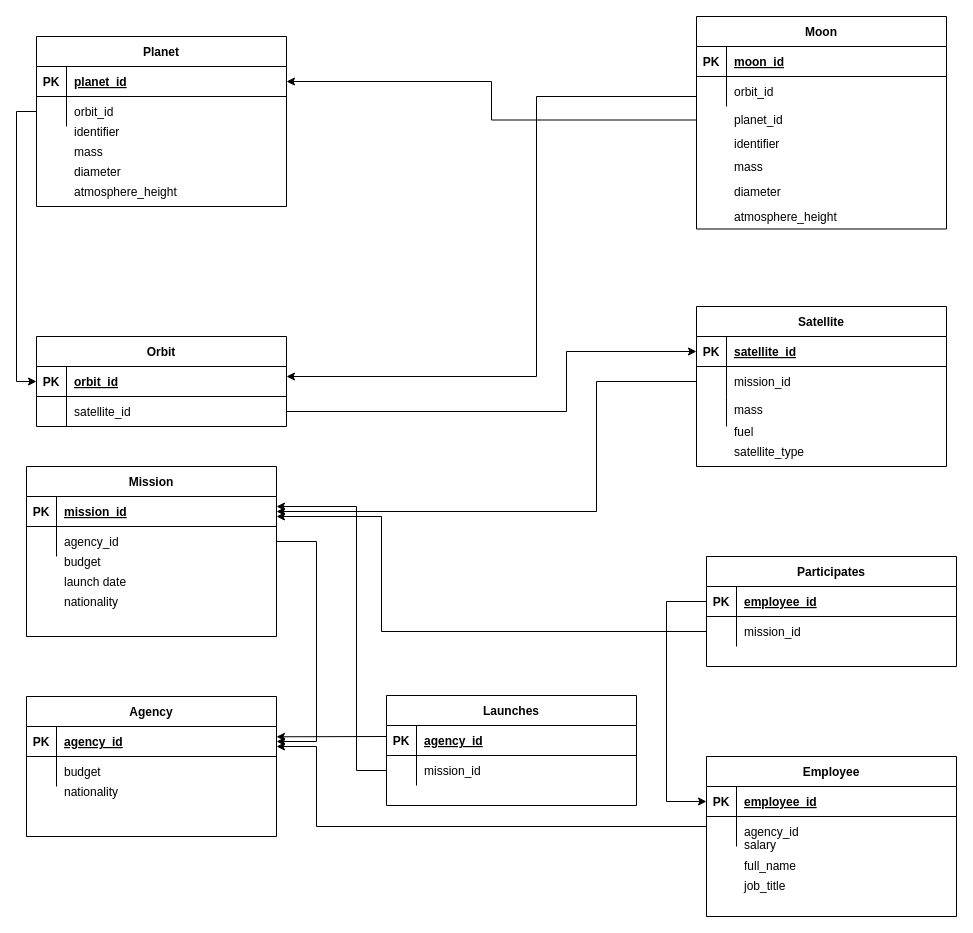
Before: logical_design.drawio in tacecapSx/satellite-database, a draw.io diagram. Source tidied: cells renumbered, new cells numbered last; positions are measured from the earlier drawing's top-left corner, leaving out a move shared by most shapes. Both pictures are drawn from the tidied source at 100%, with x=0, y=0 at pixel (16, 16).
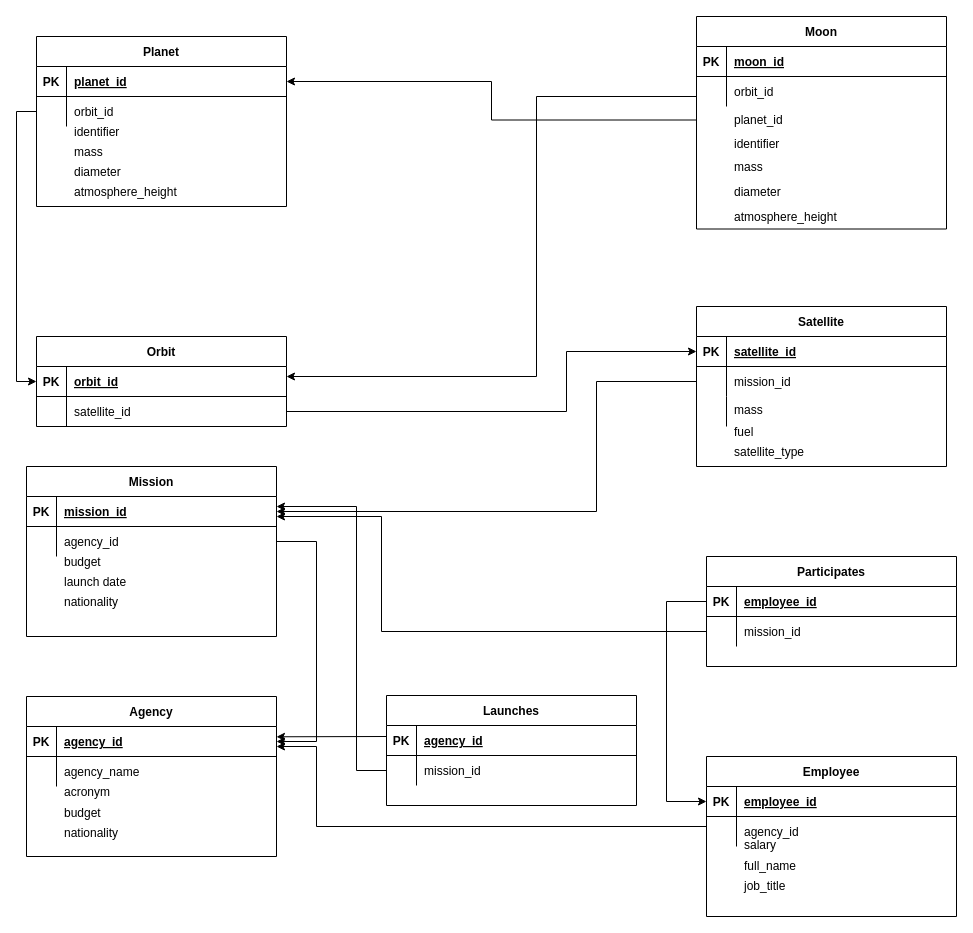
The same page after the edit.

Unchanged cells that the change refers to:
```xml
<mxCell id="67" style="shape=partialRectangle;fillColor=none;top=0;left=0;right=0;bottom=0;" parent="63" vertex="1">
  <mxGeometry y="60" width="250" height="30" as="geometry" />
</mxCell>
```

Change to the diagram source:
```diff
@@
     <mxCell id="62" style="group;" parent="1" vertex="1">
-      <mxGeometry x="10" y="680" width="250" height="140" as="geometry" />
+      <mxGeometry x="10" y="680" width="250" height="160" as="geometry" />
     </mxCell>
+    <mxCell id="70" style="shape=partialRectangle;fillColor=none;top=0;left=0;right=0;bottom=0;" parent="62" vertex="1">
+      <mxGeometry y="80" width="250" height="30" as="geometry" />
+    </mxCell>
+    <mxCell id="71" style="shape=partialRectangle;overflow=hidden;fillColor=none;top=0;left=0;bottom=0;right=0;" parent="70" vertex="1">
+      <mxGeometry width="30" height="30" as="geometry" />
+    </mxCell>
+    <mxCell id="72" value="acronym" style="shape=partialRectangle;overflow=hidden;fillColor=none;top=0;left=0;bottom=0;right=0;align=left;spacingLeft=6;" parent="70" vertex="1">
+      <mxGeometry x="30" width="220" height="30" as="geometry" />
+    </mxCell>
+    <mxCell id="154" style="group;" parent="62" vertex="1">
+      <mxGeometry width="250" height="160" as="geometry" />
+    </mxCell>
-    <mxCell id="63" value="Agency" style="shape=table;startSize=30;childLayout=tableLayout;rowLines=0;fontStyle=1;align=center;" parent="62" vertex="1">
-      <mxGeometry width="250" height="140" as="geometry" />
+    <mxCell id="63" value="Agency" style="shape=table;startSize=30;childLayout=tableLayout;rowLines=0;fontStyle=1;align=center;" parent="154" vertex="1">
+      <mxGeometry width="250" height="160" as="geometry" />
     </mxCell>
@@
-    <mxCell id="69" value="budget" style="shape=partialRectangle;overflow=hidden;fillColor=none;top=0;left=0;bottom=0;right=0;align=left;spacingLeft=6;" parent="67" vertex="1">
+    <mxCell id="69" value="agency_name" style="shape=partialRectangle;overflow=hidden;fillColor=none;top=0;left=0;bottom=0;right=0;align=left;spacingLeft=6;" parent="67" vertex="1">
       <mxGeometry x="30" width="220" height="30" as="geometry" />
     </mxCell>
-    <mxCell id="70" style="shape=partialRectangle;fillColor=none;top=0;left=0;right=0;bottom=0;" parent="62" vertex="1">
-      <mxGeometry y="80" width="250" height="30" as="geometry" />
-    </mxCell>
-    <mxCell id="71" style="shape=partialRectangle;overflow=hidden;fillColor=none;top=0;left=0;bottom=0;right=0;" parent="70" vertex="1">
-      <mxGeometry width="30" height="30" as="geometry" />
-    </mxCell>
-    <mxCell id="72" value="nationality" style="shape=partialRectangle;overflow=hidden;fillColor=none;top=0;left=0;bottom=0;right=0;align=left;spacingLeft=6;" parent="70" vertex="1">
-      <mxGeometry x="30" width="220" height="30" as="geometry" />
-    </mxCell>
-    <mxCell id="73" style="shape=partialRectangle;fillColor=none;top=0;left=0;right=0;bottom=0;" parent="62" vertex="1">
-      <mxGeometry y="100" width="250" height="30" as="geometry" />
-    </mxCell>
-    <mxCell id="74" style="shape=partialRectangle;overflow=hidden;fillColor=none;top=0;left=0;bottom=0;right=0;" parent="73" vertex="1">
-      <mxGeometry width="30" height="30" as="geometry" />
-    </mxCell>
-    <mxCell id="75" style="shape=partialRectangle;overflow=hidden;fillColor=none;top=0;left=0;bottom=0;right=0;align=left;spacingLeft=6;" parent="73" vertex="1">
-      <mxGeometry x="30" width="220" height="30" as="geometry" />
-    </mxCell>
+    <mxCell id="155" style="shape=partialRectangle;fillColor=none;top=0;left=0;right=0;bottom=0;" parent="154" vertex="1">
+      <mxGeometry y="101" width="250" height="30" as="geometry" />
+    </mxCell>
+    <mxCell id="156" style="shape=partialRectangle;overflow=hidden;fillColor=none;top=0;left=0;bottom=0;right=0;" parent="155" vertex="1">
+      <mxGeometry width="30" height="30" as="geometry" />
+    </mxCell>
+    <mxCell id="157" value="budget" style="shape=partialRectangle;overflow=hidden;fillColor=none;top=0;left=0;bottom=0;right=0;align=left;spacingLeft=6;" parent="155" vertex="1">
+      <mxGeometry x="30" width="220" height="30" as="geometry" />
+    </mxCell>
+    <mxCell id="158" style="shape=partialRectangle;fillColor=none;top=0;left=0;right=0;bottom=0;" parent="154" vertex="1">
+      <mxGeometry y="121" width="250" height="30" as="geometry" />
+    </mxCell>
+    <mxCell id="159" style="shape=partialRectangle;overflow=hidden;fillColor=none;top=0;left=0;bottom=0;right=0;" parent="158" vertex="1">
+      <mxGeometry width="30" height="30" as="geometry" />
+    </mxCell>
+    <mxCell id="160" value="nationality" style="shape=partialRectangle;overflow=hidden;fillColor=none;top=0;left=0;bottom=0;right=0;align=left;spacingLeft=6;" parent="158" vertex="1">
+      <mxGeometry x="30" width="220" height="30" as="geometry" />
+    </mxCell>
```
